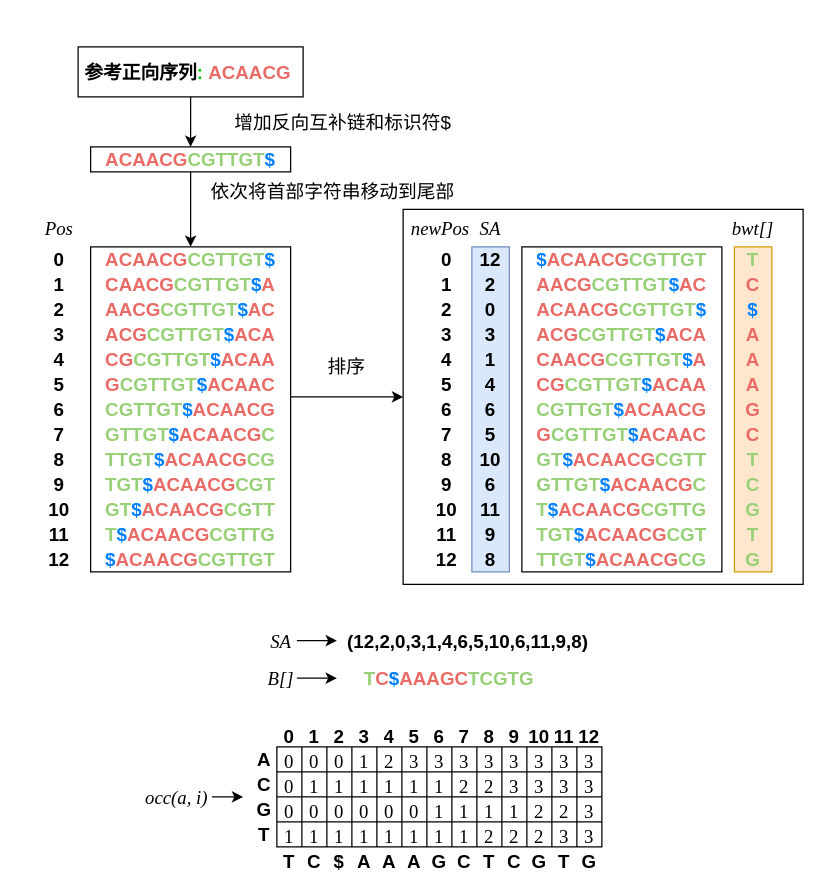
Earlier version of the draw.io diagram FM-INDEX.drawio (csyourui/bgi_figure). Source tidied: cells renumbered, new cells numbered last; positions are measured from the earlier drawing's top-left corner, leaving out a move shared by most shapes. Both pictures are drawn from the tidied source at 125%, with x=0, y=0 at pixel (21, 21).
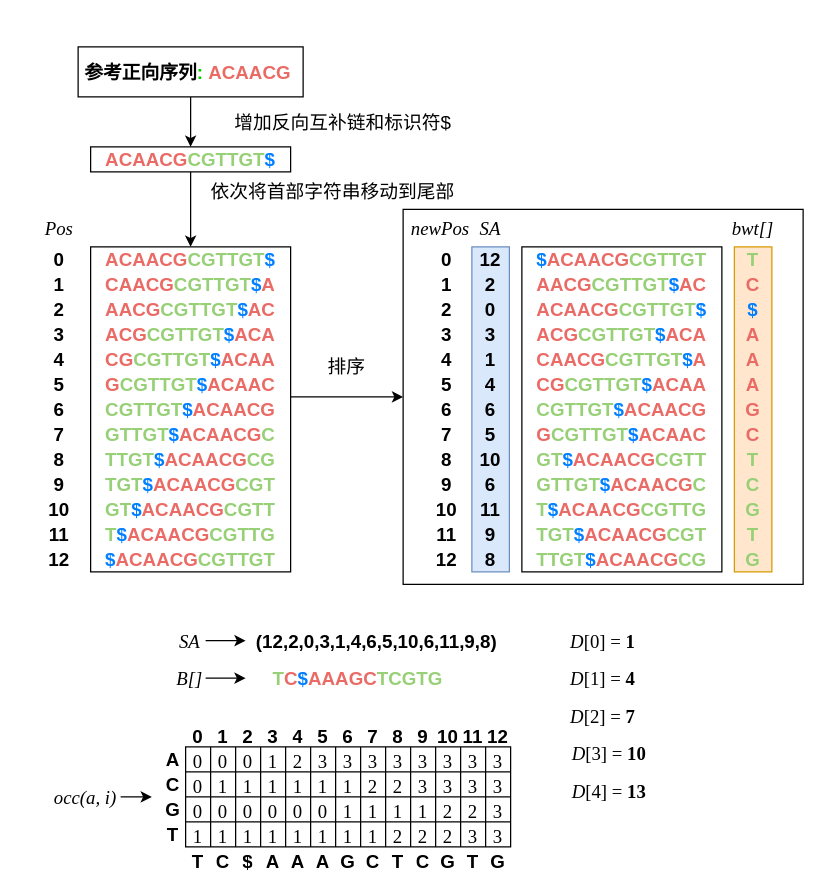
The same diagram, later.

Change to the diagram source:
```diff
@@
     <mxCell id="41" style="shape=table;html=1;whiteSpace=wrap;startSize=0;childLayout=tableLayout;labelBackgroundColor=none;labelBorderColor=none;fontFamily=Times New Roman;fontSize=15;fontColor=#000000;strokeColor=default;gradientColor=none;" parent="1" vertex="1">
-      <mxGeometry x="204" y="580" width="260" height="80" as="geometry" />
+      <mxGeometry x="131" y="580" width="260" height="80" as="geometry" />
     </mxCell>
@@
     <mxCell id="98" value="&lt;b style=&quot;&quot;&gt;A&lt;/b&gt;" style="text;html=1;strokeColor=none;fillColor=none;align=center;verticalAlign=middle;whiteSpace=wrap;rounded=0;fontSize=15;fontColor=#000000;" parent="1" vertex="1">
-      <mxGeometry x="184" y="580" width="20" height="20" as="geometry" />
+      <mxGeometry x="111" y="580" width="20" height="20" as="geometry" />
     </mxCell>
     <mxCell id="99" value="&lt;b&gt;C&lt;/b&gt;" style="text;html=1;strokeColor=none;fillColor=none;align=center;verticalAlign=middle;whiteSpace=wrap;rounded=0;fontSize=15;fontColor=#000000;" parent="1" vertex="1">
-      <mxGeometry x="184" y="600" width="20" height="20" as="geometry" />
+      <mxGeometry x="111" y="600" width="20" height="20" as="geometry" />
     </mxCell>
     <mxCell id="100" value="&lt;b style=&quot;&quot;&gt;G&lt;/b&gt;" style="text;html=1;strokeColor=none;fillColor=none;align=center;verticalAlign=middle;whiteSpace=wrap;rounded=0;fontSize=15;fontColor=#000000;" parent="1" vertex="1">
-      <mxGeometry x="184" y="620" width="20" height="20" as="geometry" />
+      <mxGeometry x="111" y="620" width="20" height="20" as="geometry" />
     </mxCell>
     <mxCell id="101" value="&lt;b style=&quot;&quot;&gt;T&lt;/b&gt;" style="text;html=1;strokeColor=none;fillColor=none;align=center;verticalAlign=middle;whiteSpace=wrap;rounded=0;fontSize=15;fontColor=#000000;" parent="1" vertex="1">
-      <mxGeometry x="184" y="640" width="20" height="20" as="geometry" />
+      <mxGeometry x="111" y="640" width="20" height="20" as="geometry" />
     </mxCell>
     <mxCell id="102" style="shape=table;html=1;whiteSpace=wrap;startSize=0;childLayout=tableLayout;fontSize=15;fontStyle=1;strokeColor=none;opacity=0;" parent="1" vertex="1">
-      <mxGeometry x="204" y="560" width="260" height="20" as="geometry" />
+      <mxGeometry x="131" y="560" width="260" height="20" as="geometry" />
     </mxCell>
@@
     <mxCell id="117" style="shape=table;html=1;whiteSpace=wrap;startSize=0;childLayout=tableLayout;fontSize=15;fontStyle=1;strokeColor=none;opacity=0;" parent="1" vertex="1">
-      <mxGeometry x="204" y="660" width="260" height="20" as="geometry" />
+      <mxGeometry x="131" y="660" width="260" height="20" as="geometry" />
     </mxCell>
@@
     <mxCell id="132" style="edgeStyle=orthogonalEdgeStyle;rounded=0;orthogonalLoop=1;jettySize=auto;html=1;entryX=0;entryY=0.5;entryDx=0;entryDy=0;fontSize=15;fontColor=#000000;" parent="1" edge="1">
       <mxGeometry relative="1" as="geometry">
-        <mxPoint x="152" y="620" as="sourcePoint" />
-        <mxPoint x="177" y="620" as="targetPoint" />
+        <mxPoint x="79" y="620" as="sourcePoint" />
+        <mxPoint x="104" y="620" as="targetPoint" />
       </mxGeometry>
     </mxCell>
     <mxCell id="133" value="&lt;font face=&quot;Times New Roman&quot;&gt;&lt;i&gt;occ(a, i)&lt;/i&gt;&lt;/font&gt;" style="text;html=1;strokeColor=none;fillColor=none;align=center;verticalAlign=middle;whiteSpace=wrap;rounded=0;fontSize=15;fontColor=#000000;" parent="1" vertex="1">
-      <mxGeometry x="98" y="605" width="52" height="30" as="geometry" />
+      <mxGeometry x="25" y="605" width="52" height="30" as="geometry" />
     </mxCell>
     <mxCell id="134" style="group;" parent="1" vertex="1">
-      <mxGeometry x="195" y="480" width="267" height="60" as="geometry" />
+      <mxGeometry x="122" y="480" width="267" height="60" as="geometry" />
     </mxCell>
@@
+    <mxCell id="204" value="&lt;font face=&quot;Times New Roman&quot;&gt;&lt;i&gt;D&lt;/i&gt;[0]&lt;i&gt; &lt;/i&gt;= &lt;b&gt;1&lt;/b&gt;&lt;/font&gt;" style="text;html=1;strokeColor=none;fillColor=none;align=center;verticalAlign=middle;whiteSpace=wrap;rounded=0;fontSize=15;fontColor=#000000;" parent="1" vertex="1">
+      <mxGeometry x="435" y="480" width="60" height="30" as="geometry" />
+    </mxCell>
+    <mxCell id="205" value="&lt;font face=&quot;Times New Roman&quot;&gt;&lt;i&gt;D&lt;/i&gt;[1]&lt;i&gt; &lt;/i&gt;= &lt;b&gt;4&lt;/b&gt;&lt;/font&gt;" style="text;html=1;strokeColor=none;fillColor=none;align=center;verticalAlign=middle;whiteSpace=wrap;rounded=0;fontSize=15;fontColor=#000000;" parent="1" vertex="1">
+      <mxGeometry x="435" y="510" width="60" height="30" as="geometry" />
+    </mxCell>
+    <mxCell id="206" value="&lt;font face=&quot;Times New Roman&quot;&gt;&lt;i&gt;D&lt;/i&gt;[2]&lt;i&gt; &lt;/i&gt;= &lt;b&gt;7&lt;/b&gt;&lt;/font&gt;" style="text;html=1;strokeColor=none;fillColor=none;align=center;verticalAlign=middle;whiteSpace=wrap;rounded=0;fontSize=15;fontColor=#000000;" parent="1" vertex="1">
+      <mxGeometry x="435" y="540" width="60" height="30" as="geometry" />
+    </mxCell>
+    <mxCell id="207" value="&lt;font face=&quot;Times New Roman&quot;&gt;&lt;i&gt;D&lt;/i&gt;[3]&lt;i&gt; &lt;/i&gt;= &lt;b&gt;10&lt;/b&gt;&lt;/font&gt;" style="text;html=1;strokeColor=none;fillColor=none;align=center;verticalAlign=middle;whiteSpace=wrap;rounded=0;fontSize=15;fontColor=#000000;" parent="1" vertex="1">
+      <mxGeometry x="435" y="570" width="70" height="30" as="geometry" />
+    </mxCell>
+    <mxCell id="208" value="&lt;font face=&quot;Times New Roman&quot;&gt;&lt;i&gt;D&lt;/i&gt;[4]&lt;i&gt; &lt;/i&gt;= &lt;b&gt;13&lt;/b&gt;&lt;/font&gt;" style="text;html=1;strokeColor=none;fillColor=none;align=center;verticalAlign=middle;whiteSpace=wrap;rounded=0;fontSize=15;fontColor=#000000;" parent="1" vertex="1">
+      <mxGeometry x="435" y="600" width="70" height="30" as="geometry" />
+    </mxCell>
```
